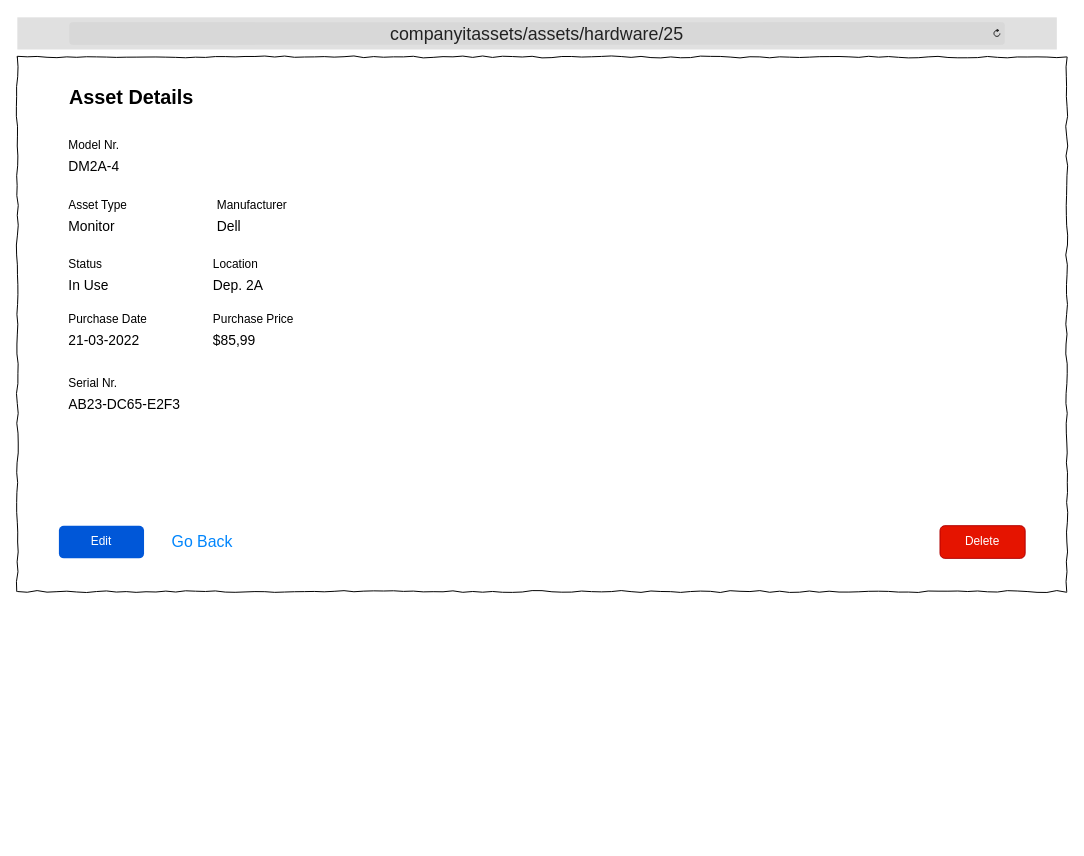
Before: Wireframes/ITAT_HWAssets_Details.drawio in TRed91/ITAssetTracking, a draw.io diagram. Source tidied: cells renumbered, new cells numbered last; positions are measured from the earlier drawing's top-left corner, leaving out a move shared by most shapes. Both pictures are drawn from the tidied source at 99%, with x=0, y=0 at pixel (17, 17).
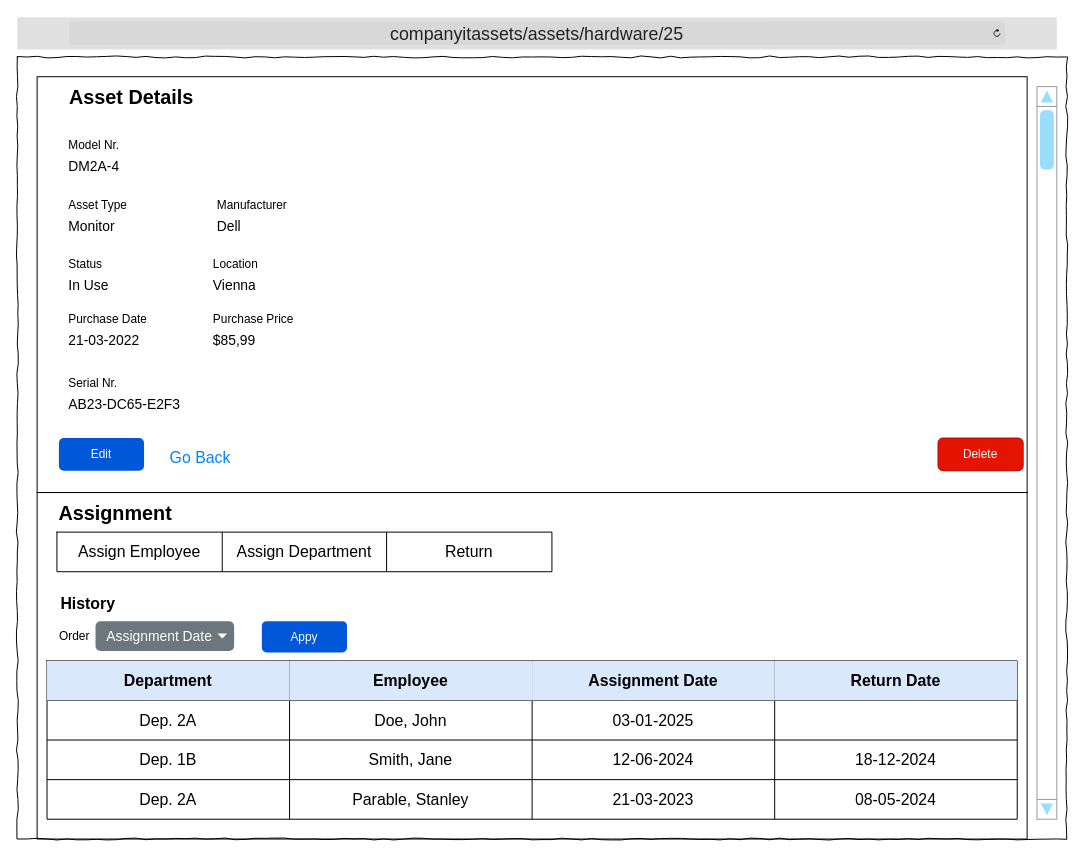
The same diagram, later.

The edit, as a diff of the source:
```diff
@@
+    <mxCell id="24" style="rounded=0;whiteSpace=wrap;html=1;fillColor=none;" parent="1" vertex="1">
+      <mxGeometry x="20" y="60" width="1000" height="420" as="geometry" />
+    </mxCell>
+    <mxCell id="25" style="rounded=0;whiteSpace=wrap;html=1;fillColor=none;" parent="1" vertex="1">
+      <mxGeometry x="20" y="480" width="1000" height="350" as="geometry" />
+    </mxCell>
     <mxCell id="2" style="whiteSpace=wrap;html=1;rounded=0;shadow=0;labelBackgroundColor=none;strokeColor=#000000;strokeWidth=1;fillColor=none;fontFamily=Verdana;fontSize=12;fontColor=#000000;align=center;comic=1;" parent="1" vertex="1">
-      <mxGeometry y="40" width="1060" height="540" as="geometry" />
+      <mxGeometry y="40" width="1060" height="790" as="geometry" />
     </mxCell>
     <mxCell id="3" value="Edit" style="rounded=1;fillColor=#0057D8;strokeColor=none;html=1;whiteSpace=wrap;fontColor=#ffffff;align=center;verticalAlign=middle;fontStyle=0;fontSize=12;sketch=0;" parent="1" vertex="1">
-      <mxGeometry x="42" y="513.5" width="86" height="33" as="geometry" />
+      <mxGeometry x="42" y="425" width="86" height="33" as="geometry" />
     </mxCell>
@@
-    <mxCell id="14" value="&lt;font style=&quot;font-size: 14px;&quot;&gt;Dep. 2A&lt;/font&gt;" style="text;html=1;strokeColor=none;fillColor=none;align=left;verticalAlign=middle;whiteSpace=wrap;overflow=hidden;" parent="1" vertex="1">
+    <mxCell id="14" value="&lt;font style=&quot;font-size: 14px;&quot;&gt;Vienna&lt;/font&gt;" style="text;html=1;strokeColor=none;fillColor=none;align=left;verticalAlign=middle;whiteSpace=wrap;overflow=hidden;" parent="1" vertex="1">
       <mxGeometry x="196" y="260" width="110" height="20" as="geometry" />
     </mxCell>
@@
     <mxCell id="20" value="Go Back" style="html=1;shadow=0;dashed=0;shape=mxgraph.bootstrap.rrect;rSize=5;strokeColor=none;strokeWidth=1;fillColor=none;fontColor=#0085FC;whiteSpace=wrap;align=center;verticalAlign=middle;spacingLeft=0;fontStyle=0;fontSize=16;spacing=5;" parent="1" vertex="1">
-      <mxGeometry x="152" y="510" width="70" height="40" as="geometry" />
+      <mxGeometry x="150" y="425" width="70" height="40" as="geometry" />
     </mxCell>
     <mxCell id="21" value="Delete" style="rounded=1;fillColor=#e51400;strokeColor=#B20000;html=1;whiteSpace=wrap;fontColor=#ffffff;align=center;verticalAlign=middle;fontStyle=0;fontSize=12;sketch=0;" parent="1" vertex="1">
-      <mxGeometry x="932" y="513.5" width="86" height="33" as="geometry" />
+      <mxGeometry x="930" y="425" width="86" height="33" as="geometry" />
     </mxCell>
@@
+    <mxCell id="26" value="&lt;font style=&quot;font-size: 20px;&quot;&gt;Assignment&lt;/font&gt;" style="text;strokeColor=none;fillColor=none;html=1;fontSize=24;fontStyle=1;verticalAlign=middle;align=left;" parent="1" vertex="1">
+      <mxGeometry x="40" y="480" width="170" height="40" as="geometry" />
+    </mxCell>
+    <mxCell id="27" value="&lt;font style=&quot;font-size: 16px;&quot;&gt;History&lt;/font&gt;" style="text;strokeColor=none;fillColor=none;html=1;fontSize=24;fontStyle=1;verticalAlign=middle;align=left;" parent="1" vertex="1">
+      <mxGeometry x="42" y="570" width="170" height="40" as="geometry" />
+    </mxCell>
+    <mxCell id="28" style="shape=table;startSize=0;childLayout=tableLayout;fontSize=16;" parent="1" vertex="1">
+      <mxGeometry x="30" y="650" width="980" height="160" as="geometry" />
+    </mxCell>
+    <mxCell id="29" style="shape=tableRow;horizontal=0;startSize=0;swimlaneHead=0;swimlaneBody=0;strokeColor=inherit;top=0;left=0;bottom=0;right=0;fillColor=none;fontSize=16;" parent="28" vertex="1">
+      <mxGeometry width="980" height="40" as="geometry" />
+    </mxCell>
+    <mxCell id="30" value="&lt;b&gt;Department&lt;/b&gt;" style="shape=partialRectangle;html=1;whiteSpace=wrap;strokeColor=#6c8ebf;overflow=hidden;fillColor=#dae8fc;top=0;left=0;bottom=0;right=0;fontSize=16;" parent="29" vertex="1">
+      <mxGeometry width="245" height="40" as="geometry" />
+    </mxCell>
+    <mxCell id="31" value="&lt;b&gt;Employee&lt;/b&gt;" style="shape=partialRectangle;html=1;whiteSpace=wrap;strokeColor=#6c8ebf;overflow=hidden;fillColor=#dae8fc;top=0;left=0;bottom=0;right=0;fontSize=16;" parent="29" vertex="1">
+      <mxGeometry x="245" width="245" height="40" as="geometry" />
+    </mxCell>
+    <mxCell id="32" value="&lt;b&gt;Assignment Date&lt;/b&gt;" style="shape=partialRectangle;html=1;whiteSpace=wrap;strokeColor=#6c8ebf;overflow=hidden;fillColor=#dae8fc;top=0;left=0;bottom=0;right=0;fontSize=16;" parent="29" vertex="1">
+      <mxGeometry x="490" width="245" height="40" as="geometry" />
+    </mxCell>
+    <mxCell id="33" value="&lt;b&gt;Return Date&lt;/b&gt;" style="shape=partialRectangle;html=1;whiteSpace=wrap;strokeColor=#6c8ebf;overflow=hidden;fillColor=#dae8fc;top=0;left=0;bottom=0;right=0;fontSize=16;" parent="29" vertex="1">
+      <mxGeometry x="735" width="245" height="40" as="geometry" />
+    </mxCell>
+    <mxCell id="34" style="shape=tableRow;horizontal=0;startSize=0;swimlaneHead=0;swimlaneBody=0;strokeColor=inherit;top=0;left=0;bottom=0;right=0;fillColor=none;fontSize=16;" parent="28" vertex="1">
+      <mxGeometry y="40" width="980" height="40" as="geometry" />
+    </mxCell>
+    <mxCell id="35" value="Dep. 2A" style="shape=partialRectangle;html=1;whiteSpace=wrap;strokeColor=inherit;overflow=hidden;fillColor=none;top=0;left=0;bottom=0;right=0;fontSize=16;" parent="34" vertex="1">
+      <mxGeometry width="245" height="40" as="geometry" />
+    </mxCell>
+    <mxCell id="36" value="Doe, John" style="shape=partialRectangle;html=1;whiteSpace=wrap;strokeColor=inherit;overflow=hidden;fillColor=none;top=0;left=0;bottom=0;right=0;fontSize=16;" parent="34" vertex="1">
+      <mxGeometry x="245" width="245" height="40" as="geometry" />
+    </mxCell>
+    <mxCell id="37" value="03-01-2025" style="shape=partialRectangle;html=1;whiteSpace=wrap;strokeColor=inherit;overflow=hidden;fillColor=none;top=0;left=0;bottom=0;right=0;fontSize=16;" parent="34" vertex="1">
+      <mxGeometry x="490" width="245" height="40" as="geometry" />
+    </mxCell>
+    <mxCell id="38" style="shape=partialRectangle;html=1;whiteSpace=wrap;strokeColor=inherit;overflow=hidden;fillColor=none;top=0;left=0;bottom=0;right=0;fontSize=16;" parent="34" vertex="1">
+      <mxGeometry x="735" width="245" height="40" as="geometry" />
+    </mxCell>
+    <mxCell id="39" style="shape=tableRow;horizontal=0;startSize=0;swimlaneHead=0;swimlaneBody=0;strokeColor=inherit;top=0;left=0;bottom=0;right=0;fillColor=none;fontSize=16;" parent="28" vertex="1">
+      <mxGeometry y="80" width="980" height="40" as="geometry" />
+    </mxCell>
+    <mxCell id="40" value="Dep. 1B" style="shape=partialRectangle;html=1;whiteSpace=wrap;strokeColor=inherit;overflow=hidden;fillColor=none;top=0;left=0;bottom=0;right=0;fontSize=16;" parent="39" vertex="1">
+      <mxGeometry width="245" height="40" as="geometry" />
+    </mxCell>
+    <mxCell id="41" value="Smith, Jane" style="shape=partialRectangle;html=1;whiteSpace=wrap;strokeColor=inherit;overflow=hidden;fillColor=none;top=0;left=0;bottom=0;right=0;fontSize=16;" parent="39" vertex="1">
+      <mxGeometry x="245" width="245" height="40" as="geometry" />
+    </mxCell>
+    <mxCell id="42" value="12-06-2024" style="shape=partialRectangle;html=1;whiteSpace=wrap;strokeColor=inherit;overflow=hidden;fillColor=none;top=0;left=0;bottom=0;right=0;fontSize=16;" parent="39" vertex="1">
+      <mxGeometry x="490" width="245" height="40" as="geometry" />
+    </mxCell>
+    <mxCell id="43" value="18-12-2024" style="shape=partialRectangle;html=1;whiteSpace=wrap;strokeColor=inherit;overflow=hidden;fillColor=none;top=0;left=0;bottom=0;right=0;fontSize=16;" parent="39" vertex="1">
+      <mxGeometry x="735" width="245" height="40" as="geometry" />
+    </mxCell>
+    <mxCell id="44" style="shape=tableRow;horizontal=0;startSize=0;swimlaneHead=0;swimlaneBody=0;strokeColor=inherit;top=0;left=0;bottom=0;right=0;fillColor=none;fontSize=16;" parent="28" vertex="1">
+      <mxGeometry y="120" width="980" height="40" as="geometry" />
+    </mxCell>
+    <mxCell id="45" value="Dep. 2A" style="shape=partialRectangle;html=1;whiteSpace=wrap;strokeColor=inherit;overflow=hidden;fillColor=none;top=0;left=0;bottom=0;right=0;fontSize=16;" parent="44" vertex="1">
+      <mxGeometry width="245" height="40" as="geometry" />
+    </mxCell>
+    <mxCell id="46" value="Parable, Stanley" style="shape=partialRectangle;html=1;whiteSpace=wrap;strokeColor=inherit;overflow=hidden;fillColor=none;top=0;left=0;bottom=0;right=0;fontSize=16;" parent="44" vertex="1">
+      <mxGeometry x="245" width="245" height="40" as="geometry" />
+    </mxCell>
+    <mxCell id="47" value="21-03-2023" style="shape=partialRectangle;html=1;whiteSpace=wrap;strokeColor=inherit;overflow=hidden;fillColor=none;top=0;left=0;bottom=0;right=0;fontSize=16;" parent="44" vertex="1">
+      <mxGeometry x="490" width="245" height="40" as="geometry" />
+    </mxCell>
+    <mxCell id="48" value="08-05-2024" style="shape=partialRectangle;html=1;whiteSpace=wrap;strokeColor=inherit;overflow=hidden;fillColor=none;top=0;left=0;bottom=0;right=0;fontSize=16;" parent="44" vertex="1">
+      <mxGeometry x="735" width="245" height="40" as="geometry" />
+    </mxCell>
+    <mxCell id="49" style="shape=table;startSize=0;childLayout=tableLayout;fontSize=16;" parent="1" vertex="1">
+      <mxGeometry x="40" y="520" width="500" height="40" as="geometry" />
+    </mxCell>
+    <mxCell id="50" style="shape=tableRow;horizontal=0;startSize=0;swimlaneHead=0;swimlaneBody=0;strokeColor=inherit;top=0;left=0;bottom=0;right=0;fillColor=none;fontSize=16;" parent="49" vertex="1">
+      <mxGeometry width="500" height="40" as="geometry" />
+    </mxCell>
+    <mxCell id="51" value="&lt;font style=&quot;color: light-dark(rgb(0, 0, 0), rgb(51, 153, 255));&quot;&gt;Assign Employee&lt;/font&gt;" style="shape=partialRectangle;html=1;whiteSpace=wrap;strokeColor=inherit;overflow=hidden;fillColor=none;top=0;left=0;bottom=0;right=0;fontSize=16;" parent="50" vertex="1">
+      <mxGeometry width="167" height="40" as="geometry" />
+    </mxCell>
+    <mxCell id="52" value="&lt;font style=&quot;color: light-dark(rgb(0, 0, 0), rgb(51, 153, 255));&quot;&gt;Assign Department&lt;/font&gt;" style="shape=partialRectangle;html=1;whiteSpace=wrap;strokeColor=inherit;overflow=hidden;fillColor=none;top=0;left=0;bottom=0;right=0;fontSize=16;" parent="50" vertex="1">
+      <mxGeometry x="167" width="166" height="40" as="geometry" />
+    </mxCell>
+    <mxCell id="53" value="&lt;font style=&quot;color: light-dark(rgb(0, 0, 0), rgb(51, 153, 255));&quot;&gt;Return&lt;/font&gt;" style="shape=partialRectangle;html=1;whiteSpace=wrap;strokeColor=inherit;overflow=hidden;fillColor=none;top=0;left=0;bottom=0;right=0;fontSize=16;" parent="50" vertex="1">
+      <mxGeometry x="333" width="167" height="40" as="geometry" />
+    </mxCell>
+    <mxCell id="54" value="Assignment Date" style="html=1;shadow=0;dashed=0;shape=mxgraph.bootstrap.rrect;rSize=5;strokeColor=none;strokeWidth=1;fillColor=#6C767D;fontColor=#ffffff;whiteSpace=wrap;align=right;verticalAlign=middle;fontStyle=0;fontSize=14;spacingRight=20;" parent="1" vertex="1">
+      <mxGeometry x="79" y="610" width="140" height="30" as="geometry" />
+    </mxCell>
+    <mxCell id="55" style="shape=triangle;direction=south;fillColor=#ffffff;strokeColor=none;perimeter=none;" parent="54" vertex="1">
+      <mxGeometry x="1" y="0.5" width="10" height="5" relative="1" as="geometry">
+        <mxPoint x="-17" y="-2.5" as="offset" />
+      </mxGeometry>
+    </mxCell>
+    <mxCell id="56" value="Order" style="text;html=1;align=center;verticalAlign=middle;whiteSpace=wrap;rounded=0;" parent="1" vertex="1">
+      <mxGeometry x="37" y="610" width="42" height="30" as="geometry" />
+    </mxCell>
+    <mxCell id="57" value="Appy" style="rounded=1;fillColor=#0057D8;strokeColor=none;html=1;whiteSpace=wrap;fontColor=#ffffff;align=center;verticalAlign=middle;fontStyle=0;fontSize=12;sketch=0;" parent="1" vertex="1">
+      <mxGeometry x="247" y="610" width="86" height="31.5" as="geometry" />
+    </mxCell>
+    <mxCell id="58" style="verticalLabelPosition=bottom;shadow=0;dashed=0;align=center;html=1;verticalAlign=top;strokeWidth=1;shape=mxgraph.mockup.navigation.scrollBar;strokeColor=#999999;barPos=99.403;fillColor2=#99ddff;strokeColor2=none;direction=north;" parent="1" vertex="1">
+      <mxGeometry x="1030" y="70" width="20" height="740" as="geometry" />
+    </mxCell>
```
